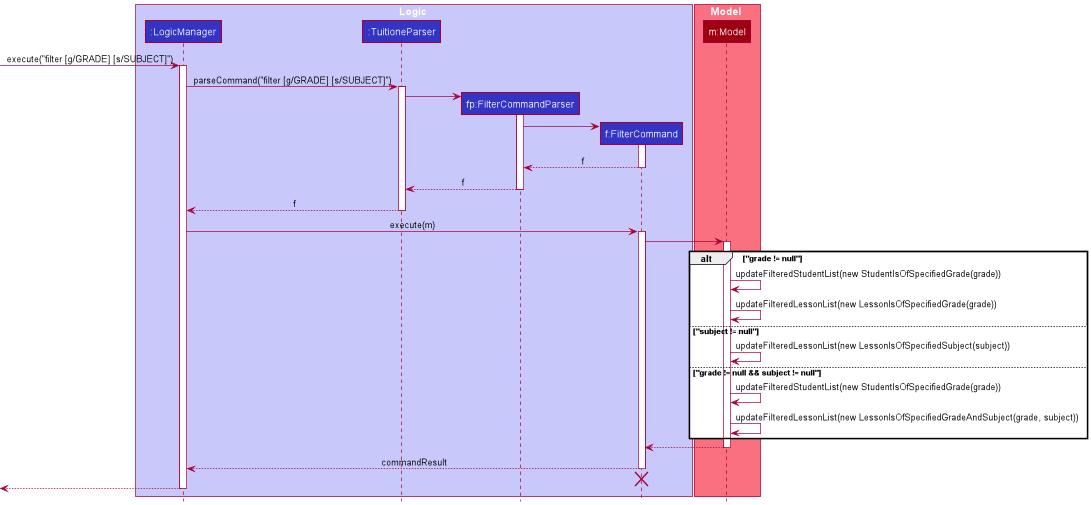
Before: docs/images/FilterSequenceDiagram.png, a diagram exported from PlantUML (nus-cs2103-AY2122S1/tp).
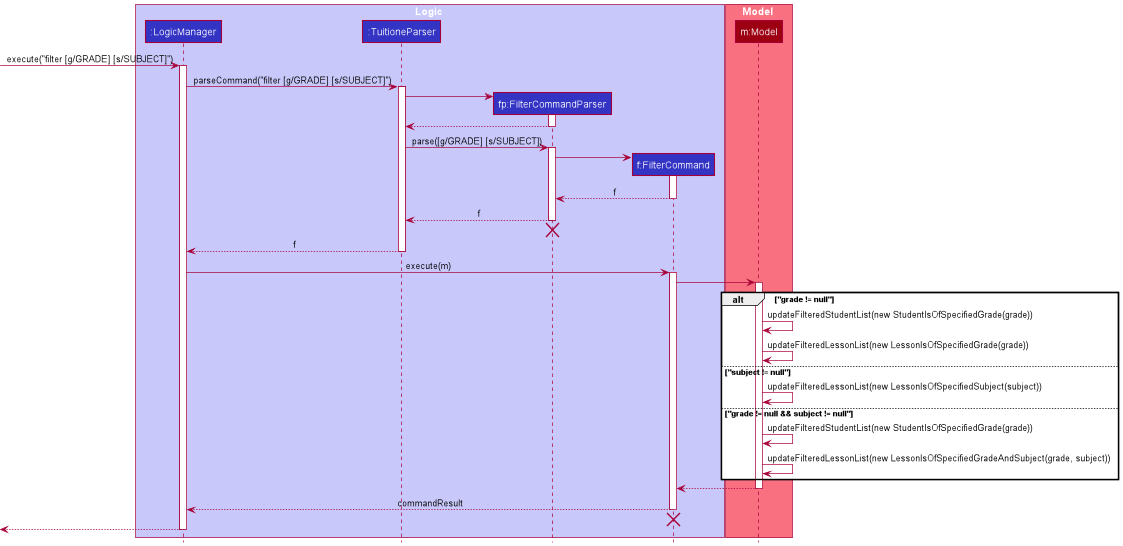
Above is the later version.

Commit message:
Update filter sequence diagram

The edit, as a diff of the source:
```diff
@@ -23,6 +23,12 @@
 TuitioneParser -> FilterCommandParser
 activate FilterCommandParser
 
+FilterCommandParser --> TuitioneParser
+deactivate FilterCommandParser
+
+TuitioneParser -> FilterCommandParser : parse([g/GRADE] [s/SUBJECT])
+activate FilterCommandParser
+
 create FilterCommand
 FilterCommandParser -> FilterCommand
 activate FilterCommand
@@ -32,6 +38,9 @@
 
 FilterCommandParser --> TuitioneParser : f
 deactivate FilterCommandParser
+FilterCommandParser -[hidden]-> TuitioneParser
+destroy FilterCommandParser
+
 
 TuitioneParser --> LogicManager : f
 deactivate TuitioneParser
```
